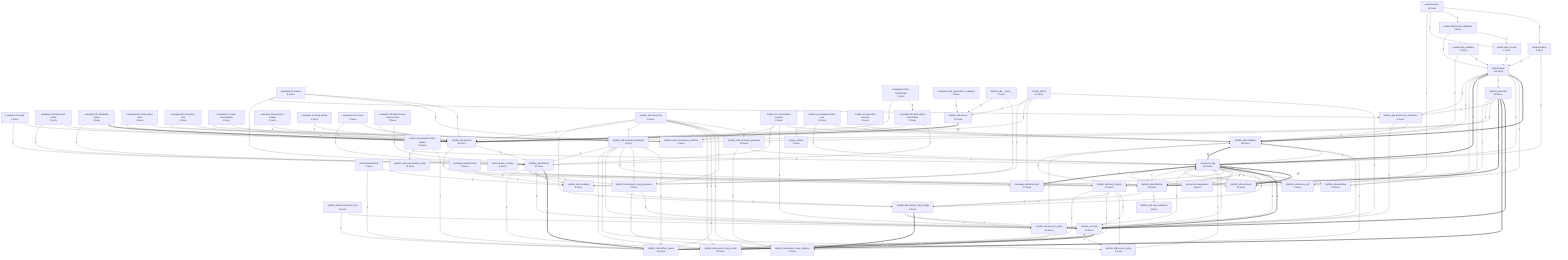
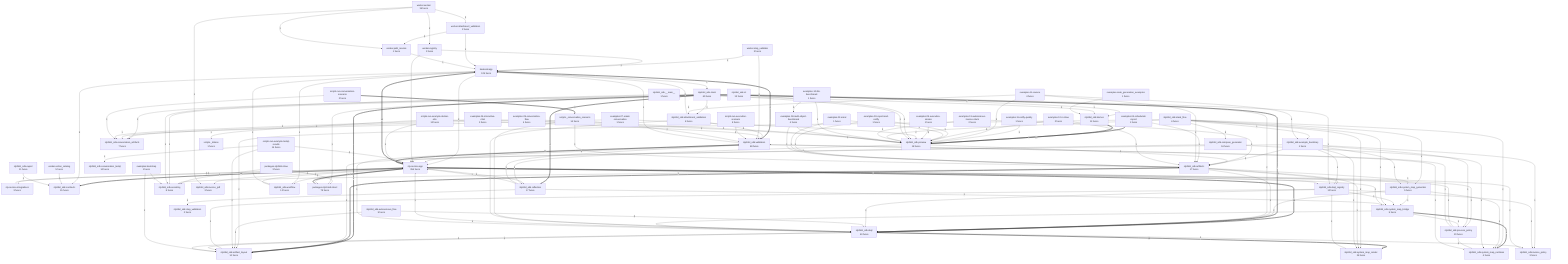
flowchart TD
- %% generated in 0.10s
-     backend__app["backend.app<br/>113 funcs"]
+ %% generated in 0.09s
+     backend__app["backend.app<br/>125 funcs"]
    examples__01_invoice["examples.01-invoice<br/>4 funcs"]
    examples__02_email["examples.02-email<br/>1 funcs"]
    examples__03_report_and_notify["examples.03-report-and-notify<br/>1 funcs"]
    examples__04_scheduled_report["examples.04-scheduled-report<br/>1 funcs"]
    examples__05_conversation_flow["examples.05-conversation-flow<br/>4 funcs"]
    examples__06_interactive_chat["examples.06-interactive-chat<br/>3 funcs"]
    examples__07_email_conversation["examples.07-email-conversation<br/>1 funcs"]
    examples__08_multi_object_benchmark["examples.08-multi-object-benchmark<br/>4 funcs"]
    examples__09_execution_smoke["examples.09-execution-smoke<br/>1 funcs"]
    examples__10_llm_benchmark["examples.10-llm-benchmark<br/>1 funcs"]
    examples__11_notify_quality["examples.11-notify-quality<br/>1 funcs"]
    examples__12_ir_show["examples.12-ir-show<br/>2 funcs"]
    examples__13_autonomous_invoice_stack["examples.13-autonomous-invoice-stack<br/>2 funcs"]
    examples__bootstrap["examples.bootstrap<br/>1 funcs"]
    examples__code_generation_examples["examples.code_generation_examples<br/>1 funcs"]
    nlp_service__app["nlp-service.app<br/>356 funcs"]
    nlp_service__integrations["nlp-service.integrations<br/>3 funcs"]
    nlp2dsl_sdk____main__["nlp2dsl_sdk.__main__<br/>1 funcs"]
    nlp2dsl_sdk__artifact_layout["nlp2dsl_sdk.artifact_layout<br/>10 funcs"]
    nlp2dsl_sdk__artifacts["nlp2dsl_sdk.artifacts<br/>17 funcs"]
    nlp2dsl_sdk__attachment_validation["nlp2dsl_sdk.attachment_validation<br/>6 funcs"]
    nlp2dsl_sdk__autonomous_flow["nlp2dsl_sdk.autonomous_flow<br/>5 funcs"]
    nlp2dsl_sdk__cli["nlp2dsl_sdk.cli<br/>13 funcs"]
    nlp2dsl_sdk__client["nlp2dsl_sdk.client<br/>60 funcs"]
    nlp2dsl_sdk__compose_generator["nlp2dsl_sdk.compose_generator<br/>16 funcs"]
    nlp2dsl_sdk__contracts["nlp2dsl_sdk.contracts<br/>15 funcs"]
    nlp2dsl_sdk__conversation_artifacts["nlp2dsl_sdk.conversation_artifacts<br/>7 funcs"]
    nlp2dsl_sdk__conversation_testql["nlp2dsl_sdk.conversation_testql<br/>10 funcs"]
    nlp2dsl_sdk__demos["nlp2dsl_sdk.demos<br/>11 funcs"]
    nlp2dsl_sdk__doql["nlp2dsl_sdk.doql<br/>60 funcs"]
    nlp2dsl_sdk__doql_registry["nlp2dsl_sdk.doql_registry<br/>12 funcs"]
    nlp2dsl_sdk__encoding["nlp2dsl_sdk.encoding<br/>8 funcs"]
    nlp2dsl_sdk__example_bootstrap["nlp2dsl_sdk.example_bootstrap<br/>1 funcs"]
+     nlp2dsl_sdk__export["nlp2dsl_sdk.export<br/>11 funcs"]
    nlp2dsl_sdk__invoice_pdf["nlp2dsl_sdk.invoice_pdf<br/>3 funcs"]
    nlp2dsl_sdk__invoice_policy["nlp2dsl_sdk.invoice_policy<br/>3 funcs"]
-     nlp2dsl_sdk__preview["nlp2dsl_sdk.preview<br/>13 funcs"]
+     nlp2dsl_sdk__preview["nlp2dsl_sdk.preview<br/>18 funcs"]
    nlp2dsl_sdk__process_policy["nlp2dsl_sdk.process_policy<br/>20 funcs"]
-     nlp2dsl_sdk__reflection["nlp2dsl_sdk.reflection<br/>12 funcs"]
+     nlp2dsl_sdk__reflection["nlp2dsl_sdk.reflection<br/>17 funcs"]
    nlp2dsl_sdk__stack_flow["nlp2dsl_sdk.stack_flow<br/>6 funcs"]
    nlp2dsl_sdk__step_validation["nlp2dsl_sdk.step_validation<br/>2 funcs"]
    nlp2dsl_sdk__system_map_bridge["nlp2dsl_sdk.system_map_bridge<br/>5 funcs"]
    nlp2dsl_sdk__system_map_generator["nlp2dsl_sdk.system_map_generator<br/>5 funcs"]
    nlp2dsl_sdk__system_map_render["nlp2dsl_sdk.system_map_render<br/>26 funcs"]
    nlp2dsl_sdk__system_map_runtimes["nlp2dsl_sdk.system_map_runtimes<br/>4 funcs"]
-     nlp2dsl_sdk__validation["nlp2dsl_sdk.validation<br/>85 funcs"]
+     nlp2dsl_sdk__validation["nlp2dsl_sdk.validation<br/>88 funcs"]
    nlp2dsl_sdk__workflow["nlp2dsl_sdk.workflow<br/>12 funcs"]
-     packages__nlp2cmd_intent["packages.nlp2cmd-intent<br/>57 funcs"]
+     packages__nlp2cmd_intent["packages.nlp2cmd-intent<br/>78 funcs"]
    packages__nlp2dsl_show["packages.nlp2dsl-show<br/>3 funcs"]
+     scripts___conversation_scenario["scripts._conversation_scenario<br/>14 funcs"]
    scripts___dotenv["scripts._dotenv<br/>1 funcs"]
-     scripts__run_conversation_scenario["scripts.run-conversation-scenario<br/>8 funcs"]
+     scripts__run_conversation_scenario["scripts.run-conversation-scenario<br/>2 funcs"]
    scripts__run_example_docker_e2e["scripts.run-example-docker-e2e<br/>12 funcs"]
    scripts__run_example_testql_results["scripts.run-example-testql-results<br/>14 funcs"]
    scripts__run_execution_scenario["scripts.run-execution-scenario<br/>8 funcs"]
    worker__action_catalog["worker.action_catalog<br/>5 funcs"]
    worker__attachment_validation["worker.attachment_validation<br/>2 funcs"]
    worker__path_resolve["worker.path_resolve<br/>1 funcs"]
    worker__registry["worker.registry<br/>3 funcs"]
    worker__step_validator["worker.step_validator<br/>3 funcs"]
    worker__worker["worker.worker<br/>15 funcs"]
    nlp2dsl_sdk__doql ==>|18| nlp2dsl_sdk__system_map_render
    nlp_service__app ==>|18| nlp2dsl_sdk__contracts
    nlp_service__app ==>|15| nlp2dsl_sdk__doql
    nlp_service__app ==>|11| backend__app
    nlp_service__app ==>|11| nlp2dsl_sdk__validation
    nlp2dsl_sdk__demos ==>|10| nlp2dsl_sdk__preview
+     scripts__run_conversation_scenario ==>|8| scripts___conversation_scenario
+     packages__nlp2cmd_intent ==>|7| nlp_service__app
    nlp2dsl_sdk__client ==>|7| nlp2dsl_sdk__doql
-     packages__nlp2cmd_intent ==>|5| nlp_service__app
    nlp2dsl_sdk__client ==>|5| nlp2dsl_sdk__artifact_layout
    backend__app ==>|4| nlp2dsl_sdk__validation
    nlp2dsl_sdk__artifacts ==>|4| nlp2dsl_sdk__artifact_layout
    nlp2dsl_sdk__client ==>|4| nlp2dsl_sdk__reflection
    nlp2dsl_sdk__system_map_bridge ==>|4| nlp2dsl_sdk__system_map_runtimes
    examples__04_scheduled_report ==>|4| nlp2dsl_sdk__preview
    backend__app -->|3| nlp2dsl_sdk__contracts
    backend__app -->|3| nlp_service__app
    nlp2dsl_sdk__client -->|3| nlp2dsl_sdk__attachment_validation
    nlp2dsl_sdk__attachment_validation -->|3| nlp2dsl_sdk__validation
    nlp2dsl_sdk__stack_flow -->|3| nlp2dsl_sdk__compose_generator
-     nlp2dsl_sdk__preview -->|3| nlp2dsl_sdk__artifacts
    examples__11_notify_quality -->|3| nlp2dsl_sdk__preview
    examples__01_invoice -->|3| nlp2dsl_sdk__preview
    examples__12_ir_show -->|3| nlp2dsl_sdk__preview
    examples__03_report_and_notify -->|3| nlp2dsl_sdk__preview
    examples__02_email -->|3| nlp2dsl_sdk__preview
+     nlp_service__app -->|3| nlp2dsl_sdk__workflow
    nlp_service__app -->|3| nlp2dsl_sdk__process_policy
    worker__step_validator -->|3| backend__app
    scripts__run_example_docker_e2e -->|3| nlp2dsl_sdk__validation
-     nlp_service__app -->|3| nlp2dsl_sdk__workflow
+     nlp2dsl_sdk__preview -->|3| nlp2dsl_sdk__artifacts
    nlp2dsl_sdk__system_map_generator -->|2| nlp2dsl_sdk__doql
    nlp2dsl_sdk__artifacts -->|2| nlp2dsl_sdk__doql
    nlp2dsl_sdk__cli -->|2| nlp2dsl_sdk__doql
    nlp2dsl_sdk__example_bootstrap -->|2| nlp2dsl_sdk__artifact_layout
    nlp2dsl_sdk__doql_registry -->|2| nlp2dsl_sdk__doql
    nlp2dsl_sdk__invoice_policy -->|2| nlp_service__app
    nlp2dsl_sdk__attachment_validation -->|2| backend__app
    nlp2dsl_sdk__stack_flow -->|2| nlp2dsl_sdk__system_map_generator
    nlp2dsl_sdk__stack_flow -->|2| nlp2dsl_sdk__system_map_runtimes
    nlp2dsl_sdk__stack_flow -->|2| nlp2dsl_sdk__artifact_layout
    nlp2dsl_sdk__stack_flow -->|2| nlp2dsl_sdk__system_map_render
    nlp2dsl_sdk__autonomous_flow -->|2| nlp2dsl_sdk__doql
    nlp2dsl_sdk__autonomous_flow -->|2| nlp2dsl_sdk__artifact_layout
    nlp2dsl_sdk__process_policy -->|2| nlp_service__app
    nlp2dsl_sdk__validation -->|2| nlp_service__app
    examples__09_execution_smoke -->|2| nlp2dsl_sdk__preview
    examples__07_email_conversation -->|2| nlp2dsl_sdk__preview
    worker__registry -->|2| nlp_service__app
    worker__registry -->|2| backend__app
    worker__step_validator -->|2| nlp2dsl_sdk__validation
    worker__worker -->|2| worker__registry
    scripts__run_execution_scenario -->|2| nlp2dsl_sdk__validation
    scripts__run_example_testql_results -->|2| nlp2dsl_sdk__artifact_layout
-     scripts__run_conversation_scenario -->|2| nlp2dsl_sdk__validation
-     scripts__run_conversation_scenario -->|2| nlp2dsl_sdk__doql
+     scripts___conversation_scenario -->|2| nlp2dsl_sdk__validation
+     scripts___conversation_scenario -->|2| nlp2dsl_sdk__doql
    backend__app -->|1| nlp2dsl_sdk__client
    packages__nlp2dsl_show -->|1| nlp2dsl_sdk__encoding
    packages__nlp2dsl_show -->|1| packages__nlp2cmd_intent
    nlp2dsl_sdk__system_map_generator -->|1| nlp2dsl_sdk__system_map_runtimes
    nlp2dsl_sdk__system_map_generator -->|1| nlp2dsl_sdk__system_map_bridge
    nlp2dsl_sdk__artifacts -->|1| nlp2dsl_sdk__encoding
    nlp2dsl_sdk__artifacts -->|1| nlp2dsl_sdk__system_map_generator
    nlp2dsl_sdk__artifacts -->|1| nlp2dsl_sdk__doql_registry
    nlp2dsl_sdk__artifacts -->|1| nlp2dsl_sdk__system_map_render
    nlp2dsl_sdk__cli -->|1| packages__nlp2cmd_intent
    nlp2dsl_sdk__cli -->|1| nlp2dsl_sdk__preview
    nlp2dsl_sdk__cli -->|1| nlp2dsl_sdk__demos
    nlp2dsl_sdk__cli -->|1| nlp2dsl_sdk__encoding
    nlp2dsl_sdk__example_bootstrap -->|1| nlp2dsl_sdk__system_map_generator
    nlp2dsl_sdk__example_bootstrap -->|1| nlp2dsl_sdk__doql_registry
    nlp2dsl_sdk__example_bootstrap -->|1| nlp2dsl_sdk__process_policy
    nlp2dsl_sdk__example_bootstrap -->|1| nlp2dsl_sdk__invoice_policy
    nlp2dsl_sdk__example_bootstrap -->|1| nlp2dsl_sdk__system_map_render
    nlp2dsl_sdk__example_bootstrap -->|1| nlp2dsl_sdk__artifacts
    nlp2dsl_sdk__doql_registry -->|1| nlp2dsl_sdk__invoice_policy
    nlp2dsl_sdk__doql_registry -->|1| nlp2dsl_sdk__system_map_bridge
    nlp2dsl_sdk__doql_registry -->|1| nlp2dsl_sdk__system_map_render
    nlp2dsl_sdk__doql_registry -->|1| nlp2dsl_sdk__artifact_layout
    nlp2dsl_sdk__client -->|1| nlp2dsl_sdk__preview
    nlp2dsl_sdk__client -->|1| nlp2dsl_sdk__conversation_artifacts
    nlp2dsl_sdk__client -->|1| nlp2dsl_sdk__doql_registry
    nlp2dsl_sdk____main__ -->|1| nlp2dsl_sdk__encoding
    nlp2dsl_sdk____main__ -->|1| nlp2dsl_sdk__demos
    nlp2dsl_sdk__attachment_validation -->|1| nlp2dsl_sdk__doql
    nlp2dsl_sdk__system_map_bridge -->|1| nlp2dsl_sdk__process_policy
    nlp2dsl_sdk__system_map_bridge -->|1| nlp2dsl_sdk__doql
-     nlp2dsl_sdk__reflection -->|1| nlp2dsl_sdk__validation
-     nlp2dsl_sdk__reflection -->|1| nlp_service__app
-     nlp2dsl_sdk__reflection -->|1| nlp2dsl_sdk__step_validation
-     nlp2dsl_sdk__reflection -->|1| nlp2dsl_sdk__system_map_bridge
    nlp2dsl_sdk__stack_flow -->|1| nlp2dsl_sdk__example_bootstrap
    nlp2dsl_sdk__stack_flow -->|1| nlp2dsl_sdk__preview
    nlp2dsl_sdk__stack_flow -->|1| nlp2dsl_sdk__system_map_bridge
    nlp2dsl_sdk__compose_generator -->|1| nlp_service__app
    nlp2dsl_sdk__compose_generator -->|1| nlp2dsl_sdk__system_map_runtimes
-     nlp2dsl_sdk__preview -->|1| nlp2dsl_sdk__reflection
    nlp2dsl_sdk__process_policy -->|1| nlp2dsl_sdk__validation
    nlp2dsl_sdk__process_policy -->|1| nlp2dsl_sdk__system_map_runtimes
    nlp2dsl_sdk__artifact_layout -->|1| nlp2dsl_sdk__doql
-     nlp2dsl_sdk__validation -->|1| nlp2dsl_sdk__system_map_runtimes
+     nlp2dsl_sdk__workflow -->|1| backend__app
+     nlp2dsl_sdk__workflow -->|1| nlp_service__app
    nlp2dsl_sdk__validation -->|1| backend__app
    nlp2dsl_sdk__doql -->|1| nlp2dsl_sdk__artifact_layout
    nlp2dsl_sdk__doql -->|1| nlp_service__app
    nlp2dsl_sdk__doql -->|1| nlp2dsl_sdk__invoice_policy
    nlp2dsl_sdk__doql -->|1| nlp2dsl_sdk__validation
    examples__bootstrap -->|1| nlp2dsl_sdk__encoding
    examples__bootstrap -->|1| nlp2dsl_sdk__artifact_layout
    examples__code_generation_examples -->|1| nlp2dsl_sdk__demos
    examples__13_autonomous_invoice_stack -->|1| nlp2dsl_sdk__artifacts
    examples__13_autonomous_invoice_stack -->|1| nlp2dsl_sdk__preview
    examples__10_llm_benchmark -->|1| examples__08_multi_object_benchmark
    examples__10_llm_benchmark -->|1| nlp2dsl_sdk__preview
    examples__05_conversation_flow -->|1| nlp2dsl_sdk__conversation_artifacts
    examples__05_conversation_flow -->|1| nlp2dsl_sdk__preview
    examples__04_scheduled_report -->|1| nlp2dsl_sdk__artifacts
    examples__01_invoice -->|1| nlp2dsl_sdk__example_bootstrap
    examples__01_invoice -->|1| nlp2dsl_sdk__artifacts
    examples__01_invoice -->|1| nlp2dsl_sdk__attachment_validation
    examples__12_ir_show -->|1| nlp2dsl_sdk__artifacts
    examples__07_email_conversation -->|1| nlp2dsl_sdk__conversation_artifacts
    examples__03_report_and_notify -->|1| nlp2dsl_sdk__artifacts
    examples__02_email -->|1| nlp2dsl_sdk__artifacts
    examples__06_interactive_chat -->|1| nlp2dsl_sdk__preview
    examples__06_interactive_chat -->|1| nlp2dsl_sdk__conversation_artifacts
    examples__08_multi_object_benchmark -->|1| nlp2dsl_sdk__artifacts
    examples__08_multi_object_benchmark -->|1| nlp2dsl_sdk__preview
    nlp_service__app -->|1| nlp2dsl_sdk__doql_registry
    nlp_service__app -->|1| nlp2dsl_sdk__system_map_bridge
    nlp_service__app -->|1| nlp2dsl_sdk__reflection
    nlp_service__app -->|1| nlp2dsl_sdk__invoice_pdf
    nlp_service__app -->|1| nlp_service__integrations
    nlp_service__app -->|1| packages__nlp2cmd_intent
    nlp_service__integrations -->|1| nlp_service__app
    worker__action_catalog -->|1| nlp2dsl_sdk__contracts
    worker__attachment_validation -->|1| worker__path_resolve
    worker__attachment_validation -->|1| backend__app
    worker__path_resolve -->|1| backend__app
    worker__worker -->|1| worker__attachment_validation
    worker__worker -->|1| worker__path_resolve
    worker__worker -->|1| nlp2dsl_sdk__invoice_pdf
    scripts__run_example_testql_results -->|1| nlp2dsl_sdk__conversation_testql
    scripts__run_example_testql_results -->|1| nlp_service__app
    scripts__run_example_docker_e2e -->|1| nlp_service__app
    scripts__run_example_docker_e2e -->|1| scripts___dotenv
+     backend__app -->|1| nlp2dsl_sdk__workflow
+     nlp2dsl_sdk__reflection -->|1| nlp2dsl_sdk__validation
+     nlp2dsl_sdk__reflection -->|1| nlp_service__app
+     nlp2dsl_sdk__reflection -->|1| nlp2dsl_sdk__step_validation
+     nlp2dsl_sdk__reflection -->|1| nlp2dsl_sdk__system_map_bridge
+     nlp2dsl_sdk__preview -->|1| nlp2dsl_sdk__reflection
+     nlp2dsl_sdk__export -->|1| nlp2dsl_sdk__contracts
+     nlp2dsl_sdk__validation -->|1| nlp2dsl_sdk__system_map_runtimes
+     scripts___conversation_scenario -->|1| nlp2dsl_sdk__artifacts
    scripts__run_conversation_scenario -->|1| nlp2dsl_sdk__conversation_artifacts
-     scripts__run_conversation_scenario -->|1| nlp2dsl_sdk__artifacts
-     backend__app -->|1| nlp2dsl_sdk__workflow
-     nlp2dsl_sdk__workflow -->|1| backend__app
-     nlp2dsl_sdk__workflow -->|1| nlp_service__app
